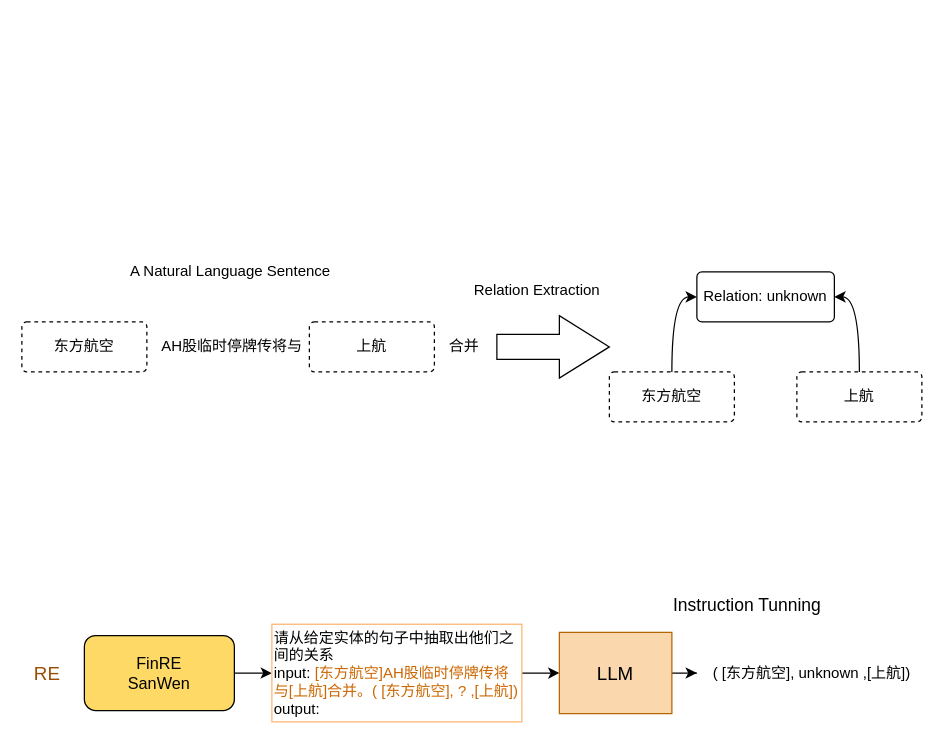
Before: 未命名绘图.drawio in SkyuForever/CRE-LLM, a draw.io diagram. Source tidied: cells renumbered, new cells numbered last; positions are measured from the earlier drawing's top-left corner, leaving out a move shared by most shapes. Both pictures are drawn from the tidied source at 125%, with x=0, y=0 at pixel (21, 246).
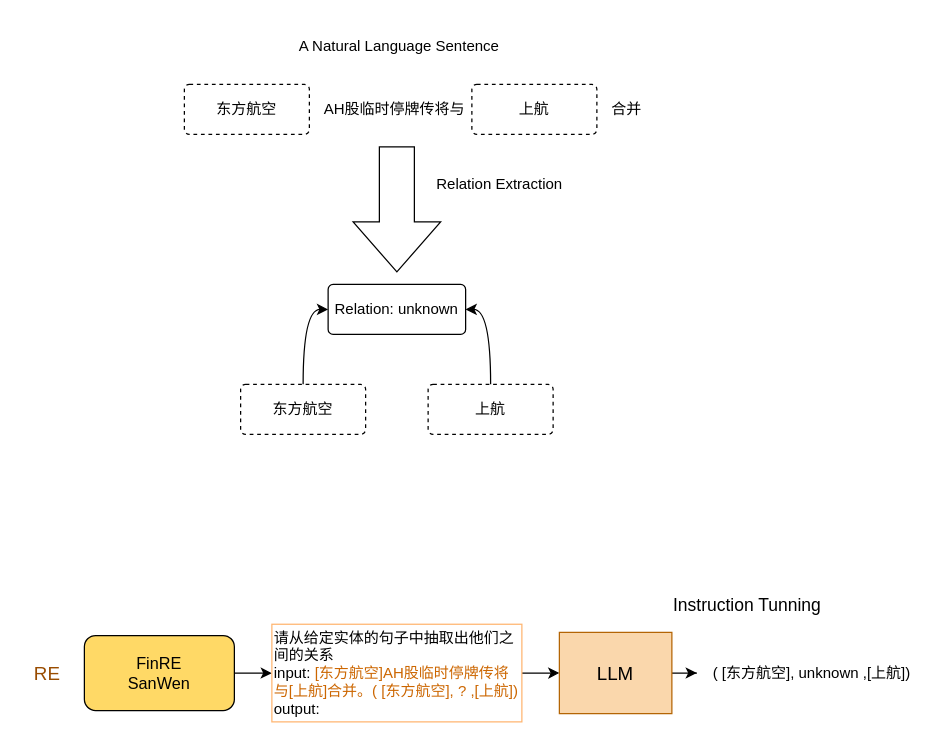
After the change.

Commit message:
更新未命名绘图.drawio

Change to the diagram source:
```diff
@@
     <mxCell id="11" value="AH股临时停牌传将与" style="whiteSpace=wrap;html=1;align=left;strokeColor=none;fillColor=none;" parent="1" vertex="1">
-      <mxGeometry x="110" y="60" width="120" height="40" as="geometry" />
+      <mxGeometry x="240" y="-130" width="120" height="40" as="geometry" />
     </mxCell>
     <mxCell id="12" value="东方航空" style="rounded=1;arcSize=10;whiteSpace=wrap;html=1;align=center;dashed=1;" parent="1" vertex="1">
-      <mxGeometry y="60" width="100" height="40" as="geometry" />
+      <mxGeometry x="130" y="-130" width="100" height="40" as="geometry" />
     </mxCell>
     <mxCell id="13" value="上航" style="rounded=1;arcSize=10;whiteSpace=wrap;html=1;align=center;dashed=1;" parent="1" vertex="1">
-      <mxGeometry x="230" y="60" width="100" height="40" as="geometry" />
+      <mxGeometry x="360" y="-130" width="100" height="40" as="geometry" />
     </mxCell>
     <mxCell id="14" value="Relation: unknown" style="rounded=1;arcSize=10;whiteSpace=wrap;html=1;align=center;" parent="1" vertex="1">
-      <mxGeometry x="540" y="20" width="110" height="40" as="geometry" />
+      <mxGeometry x="245" y="30" width="110" height="40" as="geometry" />
     </mxCell>
     <mxCell id="15" value="合并" style="whiteSpace=wrap;html=1;align=left;strokeColor=none;fillColor=none;" parent="1" vertex="1">
-      <mxGeometry x="340" y="60" width="30" height="40" as="geometry" />
+      <mxGeometry x="470" y="-130" width="30" height="40" as="geometry" />
     </mxCell>
     <mxCell id="16" value="A Natural Language Sentence" style="whiteSpace=wrap;html=1;align=left;strokeColor=none;fillColor=none;" parent="1" vertex="1">
-      <mxGeometry x="85" width="170" height="40" as="geometry" />
+      <mxGeometry x="220" y="-180" width="170" height="40" as="geometry" />
     </mxCell>
-    <mxCell id="17" style="html=1;shadow=0;dashed=0;align=center;verticalAlign=middle;shape=mxgraph.arrows2.arrow;dy=0.6;dx=40;notch=0;" parent="1" vertex="1">
-      <mxGeometry x="380" y="55" width="90" height="50" as="geometry" />
-    </mxCell>
     <mxCell id="18" value="Relation Extraction" style="whiteSpace=wrap;html=1;align=left;strokeColor=none;fillColor=none;" parent="1" vertex="1">
-      <mxGeometry x="360" y="15" width="110" height="40" as="geometry" />
+      <mxGeometry x="330" y="-70" width="110" height="40" as="geometry" />
     </mxCell>
@@
     <mxCell id="20" value="东方航空" style="rounded=1;arcSize=10;whiteSpace=wrap;html=1;align=center;dashed=1;" parent="1" vertex="1">
-      <mxGeometry x="470" y="100" width="100" height="40" as="geometry" />
+      <mxGeometry x="175" y="110" width="100" height="40" as="geometry" />
     </mxCell>
@@
     <mxCell id="22" value="上航" style="rounded=1;arcSize=10;whiteSpace=wrap;html=1;align=center;dashed=1;" parent="1" vertex="1">
-      <mxGeometry x="620" y="100" width="100" height="40" as="geometry" />
+      <mxGeometry x="325" y="110" width="100" height="40" as="geometry" />
     </mxCell>
+    <mxCell id="23" style="html=1;shadow=0;dashed=0;align=center;verticalAlign=middle;shape=mxgraph.arrows2.arrow;dy=0.6;dx=40;direction=south;notch=0;" parent="1" vertex="1">
+      <mxGeometry x="265" y="-80" width="70" height="100" as="geometry" />
+    </mxCell>
```
